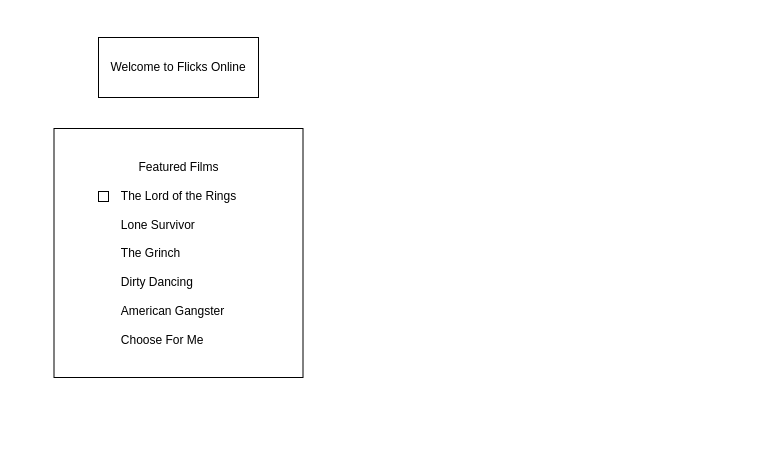
Earlier version of the draw.io diagram StoryBoard.drawio (hmfranc/ubiquitous-octo-palm-tree). Source tidied: cells renumbered, new cells numbered last; positions are measured from the earlier drawing's top-left corner, leaving out a move shared by most shapes. Both pictures are drawn from the tidied source at 100%, with x=0, y=0 at pixel (54, 37).
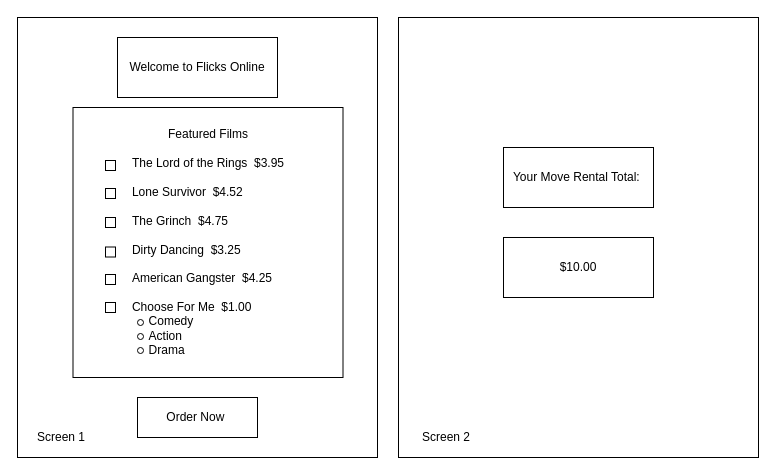
The same diagram, later.

Change to the diagram source:
```diff
@@
 <mxGraphModel>
   <root>
     <mxCell id="0" />
     <mxCell id="1" parent="0" />
+    <mxCell id="5" style="rounded=0;whiteSpace=wrap;html=1;" parent="1" vertex="1">
+      <mxGeometry x="344" y="-20" width="360" height="440" as="geometry" />
+    </mxCell>
+    <mxCell id="6" style="rounded=0;whiteSpace=wrap;html=1;" parent="1" vertex="1">
+      <mxGeometry x="-37" y="-20" width="360" height="440" as="geometry" />
+    </mxCell>
     <mxCell id="2" value="Welcome to Flicks Online" style="rounded=0;whiteSpace=wrap;html=1;" parent="1" vertex="1">
-      <mxGeometry x="44" width="160" height="60" as="geometry" />
+      <mxGeometry x="63" width="160" height="60" as="geometry" />
     </mxCell>
-    <mxCell id="3" value="Featured Films&lt;br&gt;&lt;br&gt;&lt;div style=&quot;text-align: left&quot;&gt;&lt;span&gt;The Lord of the Rings&lt;/span&gt;&lt;/div&gt;&lt;div style=&quot;text-align: left&quot;&gt;&lt;span&gt;&lt;br&gt;&lt;/span&gt;&lt;/div&gt;&lt;div style=&quot;text-align: left&quot;&gt;&lt;span&gt;Lone Survivor&lt;/span&gt;&lt;/div&gt;&lt;div style=&quot;text-align: left&quot;&gt;&lt;span&gt;&lt;br&gt;&lt;/span&gt;&lt;/div&gt;&lt;div style=&quot;text-align: left&quot;&gt;&lt;span&gt;The Grinch&lt;/span&gt;&lt;/div&gt;&lt;div style=&quot;text-align: left&quot;&gt;&lt;br&gt;&lt;/div&gt;&lt;div style=&quot;text-align: left&quot;&gt;&lt;span&gt;Dirty Dancing&lt;/span&gt;&lt;/div&gt;&lt;div style=&quot;text-align: left&quot;&gt;&lt;br&gt;&lt;/div&gt;&lt;div style=&quot;text-align: left&quot;&gt;&lt;span&gt;American Gangster&lt;/span&gt;&lt;/div&gt;&lt;div style=&quot;text-align: left&quot;&gt;&lt;br&gt;&lt;/div&gt;&lt;div style=&quot;text-align: left&quot;&gt;&lt;span&gt;Choose For Me&lt;/span&gt;&lt;/div&gt;" style="whiteSpace=wrap;html=1;" parent="1" vertex="1">
-      <mxGeometry x="-0.5" y="91" width="249" height="249" as="geometry" />
+    <mxCell id="3" value="&lt;br&gt;Featured Films&lt;br&gt;&lt;br&gt;&lt;div style=&quot;text-align: left&quot;&gt;&lt;span&gt;The Lord of the Rings&amp;nbsp; $3.95&lt;/span&gt;&lt;/div&gt;&lt;div style=&quot;text-align: left&quot;&gt;&lt;span&gt;&lt;br&gt;&lt;/span&gt;&lt;/div&gt;&lt;div style=&quot;text-align: left&quot;&gt;&lt;span&gt;Lone Survivor&amp;nbsp; $4.52&lt;/span&gt;&lt;/div&gt;&lt;div style=&quot;text-align: left&quot;&gt;&lt;span&gt;&lt;br&gt;&lt;/span&gt;&lt;/div&gt;&lt;div style=&quot;text-align: left&quot;&gt;&lt;span&gt;The Grinch&amp;nbsp; $4.75&lt;/span&gt;&lt;/div&gt;&lt;div style=&quot;text-align: left&quot;&gt;&lt;br&gt;&lt;/div&gt;&lt;div style=&quot;text-align: left&quot;&gt;&lt;span&gt;Dirty Dancing&amp;nbsp; $3.25&lt;/span&gt;&lt;/div&gt;&lt;div style=&quot;text-align: left&quot;&gt;&lt;br&gt;&lt;/div&gt;&lt;div style=&quot;text-align: left&quot;&gt;&lt;span&gt;American Gangster&amp;nbsp; $4.25&lt;/span&gt;&lt;/div&gt;&lt;div style=&quot;text-align: left&quot;&gt;&lt;br&gt;&lt;/div&gt;&lt;div style=&quot;text-align: left&quot;&gt;&lt;span&gt;Choose For Me&amp;nbsp; $1.00&lt;/span&gt;&lt;/div&gt;&lt;div style=&quot;text-align: left&quot;&gt;&lt;span&gt;&amp;nbsp; &amp;nbsp; &amp;nbsp;Comedy&lt;/span&gt;&lt;/div&gt;&lt;div style=&quot;text-align: left&quot;&gt;&lt;span&gt;&amp;nbsp; &amp;nbsp; &amp;nbsp;Action&lt;/span&gt;&lt;/div&gt;&lt;div style=&quot;text-align: left&quot;&gt;&lt;span&gt;&amp;nbsp; &amp;nbsp; &amp;nbsp;Drama&lt;/span&gt;&lt;/div&gt;&lt;div style=&quot;text-align: left&quot;&gt;&lt;span&gt;&lt;br&gt;&lt;/span&gt;&lt;/div&gt;" style="whiteSpace=wrap;html=1;" parent="1" vertex="1">
+      <mxGeometry x="18.5" y="70" width="270" height="270" as="geometry" />
     </mxCell>
     <mxCell id="4" style="rounded=0;whiteSpace=wrap;html=1;" parent="1" vertex="1">
-      <mxGeometry x="44" y="154" width="10" height="10" as="geometry" />
+      <mxGeometry x="51" y="151" width="10" height="10" as="geometry" />
     </mxCell>
+    <mxCell id="7" style="rounded=0;whiteSpace=wrap;html=1;" parent="1" vertex="1">
+      <mxGeometry x="51" y="180" width="10" height="10" as="geometry" />
+    </mxCell>
+    <mxCell id="8" style="rounded=0;whiteSpace=wrap;html=1;" parent="1" vertex="1">
+      <mxGeometry x="51" y="209.5" width="10" height="10" as="geometry" />
+    </mxCell>
+    <mxCell id="9" style="rounded=0;whiteSpace=wrap;html=1;" parent="1" vertex="1">
+      <mxGeometry x="51" y="237" width="10" height="10" as="geometry" />
+    </mxCell>
+    <mxCell id="10" style="rounded=0;whiteSpace=wrap;html=1;" parent="1" vertex="1">
+      <mxGeometry x="51" y="265" width="10" height="10" as="geometry" />
+    </mxCell>
+    <mxCell id="11" style="rounded=0;whiteSpace=wrap;html=1;" parent="1" vertex="1">
+      <mxGeometry x="51" y="123" width="10" height="10" as="geometry" />
+    </mxCell>
+    <mxCell id="12" style="ellipse;whiteSpace=wrap;html=1;" parent="1" vertex="1">
+      <mxGeometry x="83" y="282" width="6" height="6" as="geometry" />
+    </mxCell>
+    <mxCell id="13" value="Your Move Rental Total:&amp;nbsp;" style="rounded=0;whiteSpace=wrap;html=1;" parent="1" vertex="1">
+      <mxGeometry x="449" y="110" width="150" height="60" as="geometry" />
+    </mxCell>
+    <mxCell id="14" value="$10.00" style="rounded=0;whiteSpace=wrap;html=1;" parent="1" vertex="1">
+      <mxGeometry x="449" y="200" width="150" height="60" as="geometry" />
+    </mxCell>
+    <mxCell id="15" value="Order Now&amp;nbsp;" style="rounded=0;whiteSpace=wrap;html=1;" parent="1" vertex="1">
+      <mxGeometry x="83" y="360" width="120" height="40" as="geometry" />
+    </mxCell>
+    <mxCell id="16" style="ellipse;whiteSpace=wrap;html=1;" parent="1" vertex="1">
+      <mxGeometry x="83" y="296" width="6" height="6" as="geometry" />
+    </mxCell>
+    <mxCell id="17" style="ellipse;whiteSpace=wrap;html=1;" parent="1" vertex="1">
+      <mxGeometry x="83" y="310" width="6" height="6" as="geometry" />
+    </mxCell>
+    <mxCell id="18" value="Screen 1" style="text;html=1;strokeColor=none;fillColor=none;align=center;verticalAlign=middle;whiteSpace=wrap;rounded=0;" parent="1" vertex="1">
+      <mxGeometry x="-21.5" y="390" width="55.5" height="20" as="geometry" />
+    </mxCell>
+    <mxCell id="19" value="Screen 2" style="text;html=1;strokeColor=none;fillColor=none;align=center;verticalAlign=middle;whiteSpace=wrap;rounded=0;" parent="1" vertex="1">
+      <mxGeometry x="364" y="390" width="55.5" height="20" as="geometry" />
+    </mxCell>
   </root>
 </mxGraphModel>
```
